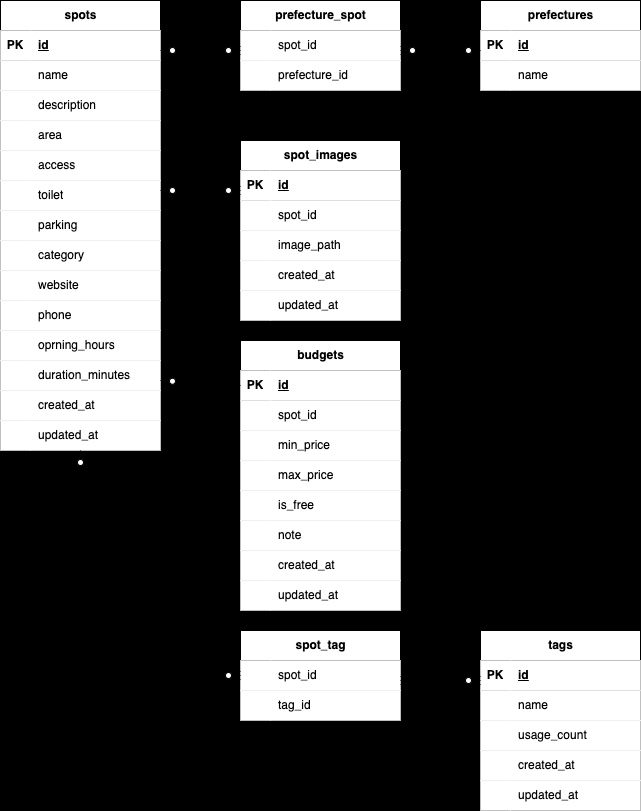
Before: .drawio.png, a diagram exported from draw.io (Koharu5810/shiorip). Source tidied: cells renumbered, new cells last; positions are measured from the earlier drawing's top-left corner, leaving out a move shared by most shapes.
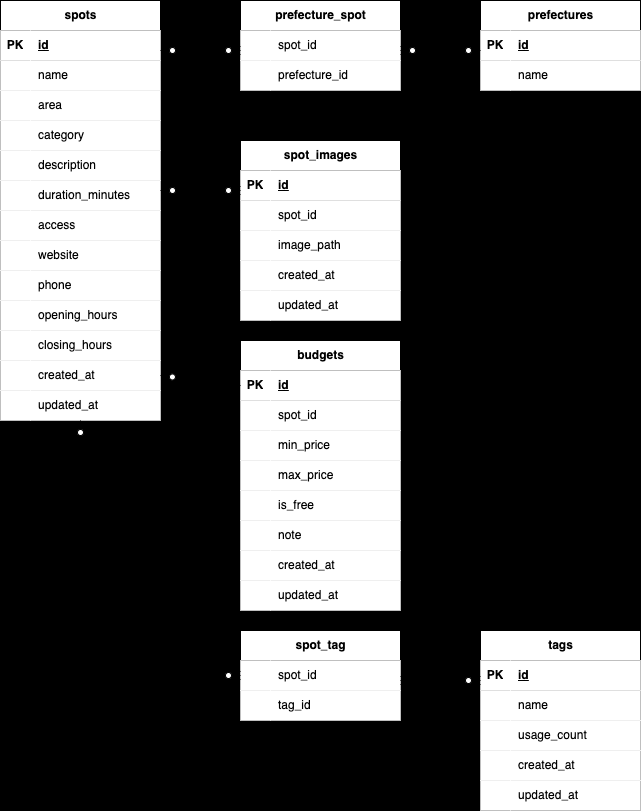
After the change.

Commit message:
Spotマイグレーションファイル修正

Diff of the diagram source:
```diff
@@ -3,7 +3,7 @@
     <mxCell id="0" />
     <mxCell id="1" parent="0" />
     <mxCell id="2" value="spots" style="shape=table;startSize=30;rowLines=0;fontStyle=1;align=center;html=1;" parent="1" vertex="1">
-      <mxGeometry width="160" height="450" as="geometry" />
+      <mxGeometry width="160" height="420" as="geometry" />
     </mxCell>
     <mxCell id="3" style="shape=tableRow;horizontal=0;startSize=0;swimlaneHead=0;swimlaneBody=0;top=0;left=0;right=0;bottom=1;" parent="2" vertex="1">
       <mxGeometry y="30" width="160" height="30" as="geometry" />
@@ -29,7 +29,7 @@
     <mxCell id="10" style="shape=partialRectangle;top=0;left=0;bottom=0;right=0;overflow=hidden;whiteSpace=wrap;html=1;" parent="9" vertex="1">
       <mxGeometry width="30" height="30" as="geometry" />
     </mxCell>
-    <mxCell id="11" value="description" style="shape=partialRectangle;top=0;left=0;bottom=0;right=0;align=left;spacingLeft=6;overflow=hidden;whiteSpace=wrap;html=1;" parent="9" vertex="1">
+    <mxCell id="11" value="area" style="shape=partialRectangle;top=0;left=0;bottom=0;right=0;align=left;spacingLeft=6;overflow=hidden;whiteSpace=wrap;html=1;" parent="9" vertex="1">
       <mxGeometry x="30" width="130" height="30" as="geometry" />
     </mxCell>
     <mxCell id="12" style="shape=tableRow;horizontal=0;startSize=0;swimlaneHead=0;swimlaneBody=0;top=0;left=0;right=0;bottom=0;" parent="2" vertex="1">
@@ -38,7 +38,7 @@
     <mxCell id="13" style="shape=partialRectangle;top=0;left=0;bottom=0;right=0;overflow=hidden;whiteSpace=wrap;html=1;" parent="12" vertex="1">
       <mxGeometry width="30" height="30" as="geometry" />
     </mxCell>
-    <mxCell id="14" value="area" style="shape=partialRectangle;top=0;left=0;bottom=0;right=0;align=left;spacingLeft=6;overflow=hidden;whiteSpace=wrap;html=1;" parent="12" vertex="1">
+    <mxCell id="14" value="category" style="shape=partialRectangle;top=0;left=0;bottom=0;right=0;align=left;spacingLeft=6;overflow=hidden;whiteSpace=wrap;html=1;" parent="12" vertex="1">
       <mxGeometry x="30" width="130" height="30" as="geometry" />
     </mxCell>
     <mxCell id="15" style="shape=tableRow;horizontal=0;startSize=0;swimlaneHead=0;swimlaneBody=0;top=0;left=0;right=0;bottom=0;" parent="2" vertex="1">
@@ -47,7 +47,7 @@
     <mxCell id="16" style="shape=partialRectangle;top=0;left=0;bottom=0;right=0;overflow=hidden;whiteSpace=wrap;html=1;" parent="15" vertex="1">
       <mxGeometry width="30" height="30" as="geometry" />
     </mxCell>
-    <mxCell id="17" value="access" style="shape=partialRectangle;top=0;left=0;bottom=0;right=0;align=left;spacingLeft=6;overflow=hidden;whiteSpace=wrap;html=1;" parent="15" vertex="1">
+    <mxCell id="17" value="description" style="shape=partialRectangle;top=0;left=0;bottom=0;right=0;align=left;spacingLeft=6;overflow=hidden;whiteSpace=wrap;html=1;" parent="15" vertex="1">
       <mxGeometry x="30" width="130" height="30" as="geometry" />
     </mxCell>
     <mxCell id="18" style="shape=tableRow;horizontal=0;startSize=0;swimlaneHead=0;swimlaneBody=0;top=0;left=0;right=0;bottom=0;" parent="2" vertex="1">
@@ -56,7 +56,7 @@
     <mxCell id="19" style="shape=partialRectangle;top=0;left=0;bottom=0;right=0;overflow=hidden;whiteSpace=wrap;html=1;" parent="18" vertex="1">
       <mxGeometry width="30" height="30" as="geometry" />
     </mxCell>
-    <mxCell id="20" value="toilet" style="shape=partialRectangle;top=0;left=0;bottom=0;right=0;align=left;spacingLeft=6;overflow=hidden;whiteSpace=wrap;html=1;" parent="18" vertex="1">
+    <mxCell id="20" value="&lt;span style=&quot;color: rgb(0, 0, 0);&quot;&gt;duration_minutes&lt;/span&gt;" style="shape=partialRectangle;top=0;left=0;bottom=0;right=0;align=left;spacingLeft=6;overflow=hidden;whiteSpace=wrap;html=1;" parent="18" vertex="1">
       <mxGeometry x="30" width="130" height="30" as="geometry" />
     </mxCell>
     <mxCell id="21" style="shape=tableRow;horizontal=0;startSize=0;swimlaneHead=0;swimlaneBody=0;top=0;left=0;right=0;bottom=0;" parent="2" vertex="1">
@@ -65,20 +65,11 @@
     <mxCell id="22" style="shape=partialRectangle;top=0;left=0;bottom=0;right=0;overflow=hidden;whiteSpace=wrap;html=1;" parent="21" vertex="1">
       <mxGeometry width="30" height="30" as="geometry" />
     </mxCell>
-    <mxCell id="23" value="parking" style="shape=partialRectangle;top=0;left=0;bottom=0;right=0;align=left;spacingLeft=6;overflow=hidden;whiteSpace=wrap;html=1;" parent="21" vertex="1">
+    <mxCell id="23" value="access" style="shape=partialRectangle;top=0;left=0;bottom=0;right=0;align=left;spacingLeft=6;overflow=hidden;whiteSpace=wrap;html=1;" parent="21" vertex="1">
       <mxGeometry x="30" width="130" height="30" as="geometry" />
     </mxCell>
-    <mxCell id="24" style="shape=tableRow;horizontal=0;startSize=0;swimlaneHead=0;swimlaneBody=0;top=0;left=0;right=0;bottom=0;" parent="2" vertex="1">
-      <mxGeometry y="240" width="160" height="30" as="geometry" />
-    </mxCell>
-    <mxCell id="25" style="shape=partialRectangle;top=0;left=0;bottom=0;right=0;overflow=hidden;whiteSpace=wrap;html=1;" parent="24" vertex="1">
-      <mxGeometry width="30" height="30" as="geometry" />
-    </mxCell>
-    <mxCell id="26" value="category" style="shape=partialRectangle;top=0;left=0;bottom=0;right=0;align=left;spacingLeft=6;overflow=hidden;whiteSpace=wrap;html=1;" parent="24" vertex="1">
-      <mxGeometry x="30" width="130" height="30" as="geometry" />
-    </mxCell>
     <mxCell id="27" style="shape=tableRow;horizontal=0;startSize=0;swimlaneHead=0;swimlaneBody=0;top=0;left=0;right=0;bottom=0;" parent="2" vertex="1">
-      <mxGeometry y="270" width="160" height="30" as="geometry" />
+      <mxGeometry y="240" width="160" height="30" as="geometry" />
     </mxCell>
     <mxCell id="28" style="shape=partialRectangle;top=0;left=0;bottom=0;right=0;overflow=hidden;whiteSpace=wrap;html=1;" parent="27" vertex="1">
       <mxGeometry width="30" height="30" as="geometry" />
@@ -87,7 +78,7 @@
       <mxGeometry x="30" width="130" height="30" as="geometry" />
     </mxCell>
     <mxCell id="30" style="shape=tableRow;horizontal=0;startSize=0;swimlaneHead=0;swimlaneBody=0;top=0;left=0;right=0;bottom=0;" parent="2" vertex="1">
-      <mxGeometry y="300" width="160" height="30" as="geometry" />
+      <mxGeometry y="270" width="160" height="30" as="geometry" />
     </mxCell>
     <mxCell id="31" style="shape=partialRectangle;top=0;left=0;bottom=0;right=0;overflow=hidden;whiteSpace=wrap;html=1;" parent="30" vertex="1">
       <mxGeometry width="30" height="30" as="geometry" />
@@ -96,25 +87,25 @@
       <mxGeometry x="30" width="130" height="30" as="geometry" />
     </mxCell>
     <mxCell id="33" style="shape=tableRow;horizontal=0;startSize=0;swimlaneHead=0;swimlaneBody=0;top=0;left=0;right=0;bottom=0;" parent="2" vertex="1">
-      <mxGeometry y="330" width="160" height="30" as="geometry" />
+      <mxGeometry y="300" width="160" height="30" as="geometry" />
     </mxCell>
     <mxCell id="34" style="shape=partialRectangle;top=0;left=0;bottom=0;right=0;overflow=hidden;whiteSpace=wrap;html=1;" parent="33" vertex="1">
       <mxGeometry width="30" height="30" as="geometry" />
     </mxCell>
-    <mxCell id="35" value="oprning_hours" style="shape=partialRectangle;top=0;left=0;bottom=0;right=0;align=left;spacingLeft=6;overflow=hidden;whiteSpace=wrap;html=1;" parent="33" vertex="1">
+    <mxCell id="35" value="opening_hours" style="shape=partialRectangle;top=0;left=0;bottom=0;right=0;align=left;spacingLeft=6;overflow=hidden;whiteSpace=wrap;html=1;" parent="33" vertex="1">
       <mxGeometry x="30" width="130" height="30" as="geometry" />
     </mxCell>
     <mxCell id="36" style="shape=tableRow;horizontal=0;startSize=0;swimlaneHead=0;swimlaneBody=0;points=[[0,0.5],[1,0.5]];portConstraint=eastwest;top=0;left=0;right=0;bottom=0;" parent="2" vertex="1">
-      <mxGeometry y="360" width="160" height="30" as="geometry" />
+      <mxGeometry y="330" width="160" height="30" as="geometry" />
     </mxCell>
     <mxCell id="37" style="shape=partialRectangle;top=0;left=0;bottom=0;right=0;overflow=hidden;whiteSpace=wrap;html=1;" parent="36" vertex="1">
       <mxGeometry width="30" height="30" as="geometry" />
     </mxCell>
-    <mxCell id="38" value="duration_minutes" style="shape=partialRectangle;top=0;left=0;bottom=0;right=0;align=left;spacingLeft=6;overflow=hidden;whiteSpace=wrap;html=1;" parent="36" vertex="1">
+    <mxCell id="38" value="closing_hours" style="shape=partialRectangle;top=0;left=0;bottom=0;right=0;align=left;spacingLeft=6;overflow=hidden;whiteSpace=wrap;html=1;" parent="36" vertex="1">
       <mxGeometry x="30" width="130" height="30" as="geometry" />
     </mxCell>
     <mxCell id="39" style="shape=tableRow;horizontal=0;startSize=0;swimlaneHead=0;swimlaneBody=0;points=[[0,0.5],[1,0.5]];portConstraint=eastwest;top=0;left=0;right=0;bottom=0;" parent="2" vertex="1">
-      <mxGeometry y="390" width="160" height="30" as="geometry" />
+      <mxGeometry y="360" width="160" height="30" as="geometry" />
     </mxCell>
     <mxCell id="40" style="shape=partialRectangle;top=0;left=0;bottom=0;right=0;overflow=hidden;whiteSpace=wrap;html=1;" parent="39" vertex="1">
       <mxGeometry width="30" height="30" as="geometry" />
@@ -123,7 +114,7 @@
       <mxGeometry x="30" width="130" height="30" as="geometry" />
     </mxCell>
     <mxCell id="42" style="shape=tableRow;horizontal=0;startSize=0;swimlaneHead=0;swimlaneBody=0;top=0;left=0;right=0;bottom=0;" parent="2" vertex="1">
-      <mxGeometry y="420" width="160" height="30" as="geometry" />
+      <mxGeometry y="390" width="160" height="30" as="geometry" />
     </mxCell>
     <mxCell id="43" style="shape=partialRectangle;top=0;left=0;bottom=0;right=0;overflow=hidden;whiteSpace=wrap;html=1;" parent="42" vertex="1">
       <mxGeometry width="30" height="30" as="geometry" />
@@ -382,7 +373,7 @@
         <mxPoint x="240" y="190" as="targetPoint" />
       </mxGeometry>
     </mxCell>
-    <mxCell id="126" style="fontSize=12;html=1;endArrow=ERzeroToOne;startArrow=ERzeroToOne;endFill=0;entryX=0;entryY=0.5;entryDx=0;entryDy=0;" parent="1" edge="1" source="36" target="100">
+    <mxCell id="126" style="fontSize=12;html=1;endArrow=ERzeroToOne;startArrow=ERzeroToOne;endFill=0;entryX=0;entryY=0.5;entryDx=0;entryDy=0;exitX=1;exitY=0.5;exitDx=0;exitDy=0;" parent="1" edge="1" source="39" target="100">
       <mxGeometry relative="1" as="geometry" />
     </mxCell>
     <mxCell id="127" style="fontSize=12;html=1;endArrow=ERzeroToMany;startArrow=ERzeroToOne;" parent="1" edge="1">
```
